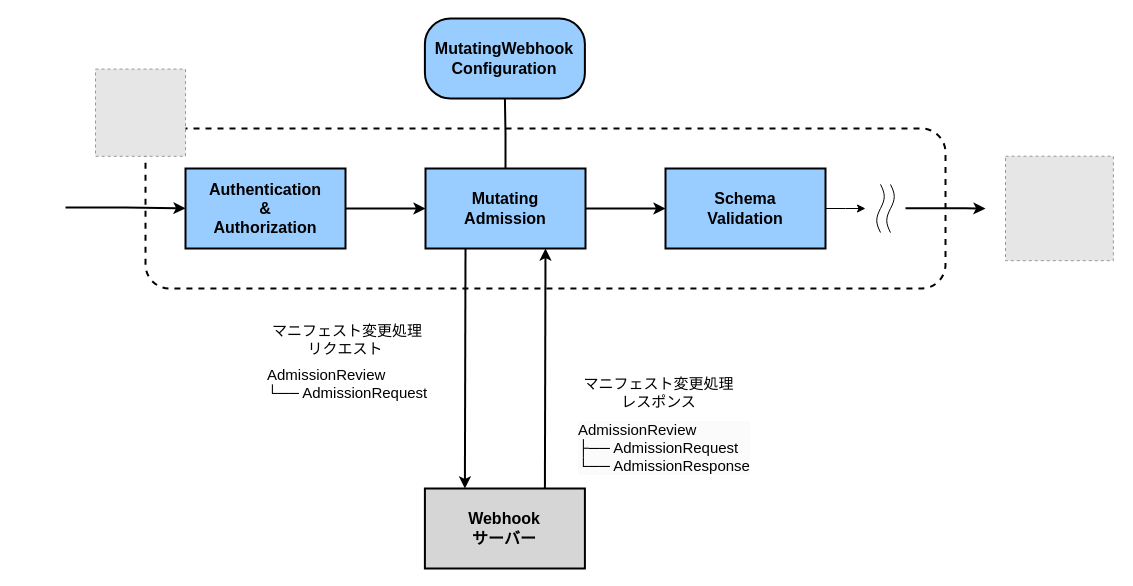
Before: page "admission-controllers_mutating-admission" (3 of 5) of images/drawio/istio/service-mesh_layer.drawio in hiroki-it/tech-notebook_old, a draw.io diagram. Source tidied: cells renumbered, new cells numbered last; positions are measured from the earlier drawing's top-left corner, leaving out a move shared by most shapes. Both pictures are drawn from the tidied source at 100%, with x=0, y=0 at pixel (65, 18). Pictures stored in the file or linked from it are replaced by grey dashed boxes.
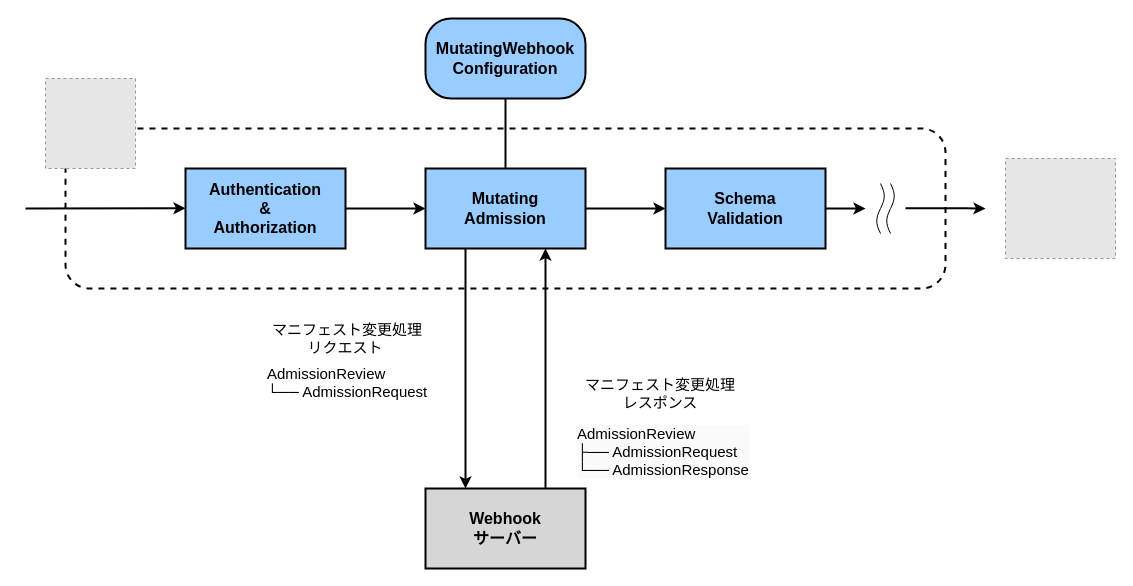
The same page after the edit.

The change refers to these unchanged cells:
```xml
<mxCell id="7" value="Schema&lt;br style=&quot;font-size: 16px;&quot;&gt;Validation" style="rounded=0;whiteSpace=wrap;html=1;fillColor=#99CCFF;strokeWidth=2;fontStyle=1;fontSize=16;" parent="1" vertex="1">
  <mxGeometry x="600" y="150" width="160" height="80" as="geometry" />
</mxCell>
```

What changed in the source:
```diff
@@
     <mxCell id="2" style="rounded=1;whiteSpace=wrap;html=1;fillColor=none;dashed=1;strokeWidth=2;" parent="1" vertex="1">
-      <mxGeometry x="80" y="110" width="800" height="160" as="geometry" />
+      <mxGeometry y="110" width="880" height="160" as="geometry" />
     </mxCell>
@@
     <mxCell id="8" value="&lt;b&gt;Webhook&lt;br&gt;サーバー&lt;br&gt;&lt;/b&gt;" style="rounded=0;whiteSpace=wrap;html=1;fillColor=#D6D6D6;strokeWidth=2;fontSize=16;" parent="1" vertex="1">
-      <mxGeometry x="359.4" y="470" width="160" height="80" as="geometry" />
+      <mxGeometry x="360" y="470" width="160" height="80" as="geometry" />
     </mxCell>
@@
     <mxCell id="11" value="&lt;span style=&quot;border-color: var(--border-color); background-color: transparent; font-family: Arial;&quot;&gt;&amp;nbsp;マニフェスト変更処理&lt;br&gt;リクエスト&lt;/span&gt;&lt;span style=&quot;background-color: transparent; font-family: Arial; font-size: 15px;&quot;&gt;&lt;br style=&quot;font-size: 15px;&quot;&gt;&lt;/span&gt;" style="text;whiteSpace=wrap;html=1;fontSize=15;verticalAlign=middle;fontStyle=0;align=center;" parent="1" vertex="1">
-      <mxGeometry x="200" y="301" width="160" height="40" as="geometry" />
+      <mxGeometry x="200" y="300" width="160" height="40" as="geometry" />
     </mxCell>
     <mxCell id="12" value="&lt;span style=&quot;font-size: 15px;&quot; id=&quot;docs-internal-guid-54a5dcad-7fff-8957-8205-c32bb22402f9&quot;&gt;&lt;p style=&quot;line-height: 1.2; margin-top: 0pt; margin-bottom: 0pt; font-size: 15px;&quot; dir=&quot;ltr&quot;&gt;&lt;span style=&quot;font-size: 15px; font-family: Arial; color: rgb(0, 0, 0); background-color: transparent; font-style: normal; font-variant: normal; text-decoration: none; vertical-align: baseline;&quot;&gt;マニフェスト変更処理&lt;/span&gt;&lt;/p&gt;&lt;p style=&quot;line-height: 1.2; margin-top: 0pt; margin-bottom: 0pt; font-size: 15px;&quot; dir=&quot;ltr&quot;&gt;&lt;span style=&quot;font-size: 15px; font-family: Arial; color: rgb(0, 0, 0); background-color: transparent; font-style: normal; font-variant: normal; text-decoration: none; vertical-align: baseline;&quot;&gt;レスポンス&lt;/span&gt;&lt;/p&gt;&lt;/span&gt;" style="text;whiteSpace=wrap;html=1;fontSize=15;verticalAlign=middle;fontStyle=0;align=center;" parent="1" vertex="1">
-      <mxGeometry x="510.5" y="351" width="165" height="45" as="geometry" />
+      <mxGeometry x="510" y="350" width="170" height="50" as="geometry" />
     </mxCell>
-    <mxCell id="13" style="edgeStyle=orthogonalEdgeStyle;rounded=0;jettySize=auto;html=1;exitX=1;exitY=0.5;exitDx=0;exitDy=0;" parent="1" edge="1" source="7">
+    <mxCell id="13" style="edgeStyle=orthogonalEdgeStyle;rounded=0;jettySize=auto;html=1;exitX=1;exitY=0.5;exitDx=0;exitDy=0;strokeWidth=2;" parent="1" edge="1" source="7">
       <mxGeometry relative="1" as="geometry">
         <mxPoint x="800" y="190" as="targetPoint" />
       </mxGeometry>
     </mxCell>
     <mxCell id="14" value="&lt;span style=&quot;border-color: var(--border-color); color: rgb(0, 0, 0); font-size: 15px; font-style: normal; font-variant-ligatures: normal; font-variant-caps: normal; font-weight: 400; letter-spacing: normal; orphans: 2; text-align: left; text-indent: 0px; text-transform: none; widows: 2; word-spacing: 0px; -webkit-text-stroke-width: 0px; background-color: transparent; text-decoration-thickness: initial; text-decoration-style: initial; text-decoration-color: initial; font-family: Arial;&quot;&gt;AdmissionReview&lt;br style=&quot;border-color: var(--border-color); font-size: 15px;&quot;&gt;&lt;/span&gt;&lt;span style=&quot;border-color: var(--border-color); color: rgb(0, 0, 0); font-size: 15px; font-style: normal; font-variant-ligatures: normal; font-variant-caps: normal; font-weight: 400; letter-spacing: normal; orphans: 2; text-align: left; text-indent: 0px; text-transform: none; widows: 2; word-spacing: 0px; -webkit-text-stroke-width: 0px; background-color: transparent; text-decoration-thickness: initial; text-decoration-style: initial; text-decoration-color: initial; font-family: Arial;&quot;&gt;└── AdmissionRequest&lt;/span&gt;" style="text;whiteSpace=wrap;html=1;fontSize=15;" parent="1" vertex="1">
-      <mxGeometry x="200" y="341" width="170" height="55" as="geometry" />
+      <mxGeometry x="200" y="340" width="170" height="60" as="geometry" />
     </mxCell>
     <mxCell id="15" value="&lt;p style=&quot;border-color: var(--border-color); color: rgb(0, 0, 0); font-family: Helvetica; font-size: 15px; font-style: normal; font-variant-ligatures: normal; font-variant-caps: normal; font-weight: 400; letter-spacing: normal; orphans: 2; text-align: left; text-indent: 0px; text-transform: none; widows: 2; word-spacing: 0px; -webkit-text-stroke-width: 0px; background-color: rgb(251, 251, 251); text-decoration-thickness: initial; text-decoration-style: initial; text-decoration-color: initial; line-height: 1.2; margin-top: 0pt; margin-bottom: 0pt;&quot; dir=&quot;ltr&quot;&gt;&lt;span style=&quot;border-color: var(--border-color); background-color: transparent; font-family: Arial;&quot;&gt;AdmissionReview&lt;/span&gt;&lt;br style=&quot;border-color: var(--border-color);&quot;&gt;&lt;/p&gt;&lt;p style=&quot;border-color: var(--border-color); color: rgb(0, 0, 0); font-family: Helvetica; font-size: 15px; font-style: normal; font-variant-ligatures: normal; font-variant-caps: normal; font-weight: 400; letter-spacing: normal; orphans: 2; text-align: left; text-indent: 0px; text-transform: none; widows: 2; word-spacing: 0px; -webkit-text-stroke-width: 0px; background-color: rgb(251, 251, 251); text-decoration-thickness: initial; text-decoration-style: initial; text-decoration-color: initial; line-height: 1.2; margin-top: 0pt; margin-bottom: 0pt;&quot; dir=&quot;ltr&quot;&gt;&lt;span style=&quot;border-color: var(--border-color); background-color: transparent; font-family: Arial;&quot;&gt;├── AdmissionRequest&lt;/span&gt;&lt;/p&gt;&lt;p style=&quot;border-color: var(--border-color); color: rgb(0, 0, 0); font-family: Helvetica; font-size: 15px; font-style: normal; font-variant-ligatures: normal; font-variant-caps: normal; font-weight: 400; letter-spacing: normal; orphans: 2; text-align: left; text-indent: 0px; text-transform: none; widows: 2; word-spacing: 0px; -webkit-text-stroke-width: 0px; background-color: rgb(251, 251, 251); text-decoration-thickness: initial; text-decoration-style: initial; text-decoration-color: initial; line-height: 1.2; margin-top: 0pt; margin-bottom: 0pt;&quot; dir=&quot;ltr&quot;&gt;&lt;span style=&quot;border-color: var(--border-color); font-size: 15px; font-family: Arial; color: rgb(0, 0, 0); background-color: transparent; font-style: normal; font-variant: normal; text-decoration: none; vertical-align: baseline;&quot;&gt;└── AdmissionResponse&lt;/span&gt;&lt;/p&gt;" style="text;whiteSpace=wrap;html=1;fontSize=15;" parent="1" vertex="1">
-      <mxGeometry x="510.5" y="396" width="210" height="80" as="geometry" />
+      <mxGeometry x="510" y="400" width="210" height="80" as="geometry" />
     </mxCell>
     <mxCell id="16" value="&lt;b&gt;MutatingWebhook&lt;br&gt;Configuration&lt;br&gt;&lt;/b&gt;" style="rounded=1;whiteSpace=wrap;html=1;fillColor=#99CCFF;strokeWidth=2;fontSize=16;glass=0;arcSize=32;" parent="1" vertex="1">
-      <mxGeometry x="359.4" width="160" height="80" as="geometry" />
+      <mxGeometry x="360" width="160" height="80" as="geometry" />
     </mxCell>
@@
-    <mxCell id="19" style="verticalLabelPosition=bottom;shadow=0;dashed=0;align=center;html=1;verticalAlign=top;shape=mxgraph.electrical.waveforms.sine_wave;fontSize=26;direction=south;" parent="1" vertex="1">
-      <mxGeometry x="810" y="165.9" width="10" height="48.1" as="geometry" />
-    </mxCell>
-    <mxCell id="20" style="verticalLabelPosition=bottom;shadow=0;dashed=0;align=center;html=1;verticalAlign=top;shape=mxgraph.electrical.waveforms.sine_wave;fontSize=26;direction=south;" parent="1" vertex="1">
-      <mxGeometry x="820" y="166" width="10" height="48.1" as="geometry" />
-    </mxCell>
     <mxCell id="21" style="fillColor=#E6E6E6;strokeColor=#999999;dashed=1;" parent="1" vertex="1">
-      <mxGeometry x="940" y="137.7" width="107.9" height="104.5" as="geometry" />
+      <mxGeometry x="940" y="140" width="110" height="100" as="geometry" />
     </mxCell>
     <mxCell id="22" style="edgeStyle=orthogonalEdgeStyle;rounded=0;orthogonalLoop=1;jettySize=auto;html=1;strokeWidth=2;" parent="1" edge="1">
       <mxGeometry relative="1" as="geometry">
         <mxPoint y="189" as="sourcePoint" />
         <mxPoint x="120" y="189.8" as="targetPoint" />
         <Array as="points">
-          <mxPoint x="60" y="189" />
-          <mxPoint x="60" y="190" />
+          <mxPoint y="190" />
+          <mxPoint x="-40" y="190" />
         </Array>
       </mxGeometry>
     </mxCell>
     <mxCell id="23" style="fillColor=#E6E6E6;strokeColor=#999999;dashed=1;" parent="1" vertex="1">
-      <mxGeometry x="30" y="50.6" width="90" height="87.2" as="geometry" />
+      <mxGeometry x="-20" y="60" width="90" height="90" as="geometry" />
     </mxCell>
+    <mxCell id="24" style="group;" parent="1" vertex="1">
+      <mxGeometry x="810" y="165" width="20" height="50" as="geometry" />
+    </mxCell>
+    <mxCell id="25" style="verticalLabelPosition=bottom;shadow=0;dashed=0;align=center;html=1;verticalAlign=top;shape=mxgraph.electrical.waveforms.sine_wave;fontSize=26;direction=south;" parent="24" vertex="1">
+      <mxGeometry width="10" height="50" as="geometry" />
+    </mxCell>
+    <mxCell id="26" style="verticalLabelPosition=bottom;shadow=0;dashed=0;align=center;html=1;verticalAlign=top;shape=mxgraph.electrical.waveforms.sine_wave;fontSize=26;direction=south;" parent="24" vertex="1">
+      <mxGeometry x="10" width="10" height="50" as="geometry" />
+    </mxCell>
```
